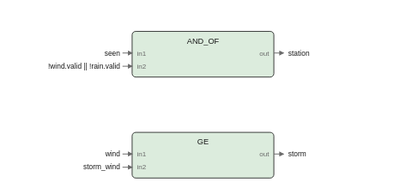
Earlier version of the draw.io export images/logic/weather_watch_fbd.drawio.svg (pstch/botanik2). Source tidied: cells renumbered, new cells last; positions are measured from the earlier drawing's top-left corner, leaving out a move shared by most shapes.
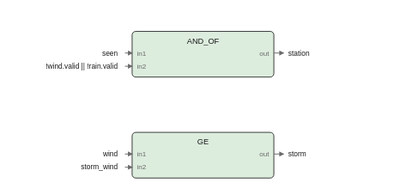
After the change.

What changed in the source:
```diff
@@ -32,18 +32,16 @@
     <mxCell id="11" value="out" style="text;html=1;whiteSpace=nowrap;fontSize=6;fontColor=#6b6b6b;align=right;verticalAlign=middle;" parent="1" vertex="1">
       <mxGeometry x="194" y="97.7" width="20" height="9.8" as="geometry" />
     </mxCell>
-    <mxCell id="12" style="edgeStyle=none;html=1;strokeColor=#6b6b6b;endArrow=block;" parent="1" edge="1">
+    <mxCell id="12" style="edgeStyle=none;html=1;strokeColor=#6b6b6b;endArrow=block;exitX=1;exitY=0.4737;exitDx=0;exitDy=0;" parent="1" edge="1" source="2">
       <mxGeometry relative="1" as="geometry">
-        <mxPoint x="218" y="18" as="sourcePoint" />
         <mxPoint x="226" y="18" as="targetPoint" />
       </mxGeometry>
     </mxCell>
     <mxCell id="13" value="station" style="text;html=1;whiteSpace=nowrap;fontSize=6;fontColor=#1a1a1a;align=left;verticalAlign=middle;" parent="1" vertex="1">
       <mxGeometry x="230" y="13.5" width="27.1" height="10" as="geometry" />
     </mxCell>
-    <mxCell id="14" style="edgeStyle=none;html=1;strokeColor=#6b6b6b;endArrow=block;" parent="1" edge="1">
+    <mxCell id="14" style="edgeStyle=none;html=1;strokeColor=#6b6b6b;endArrow=block;exitX=1;exitY=0.4737;exitDx=0;exitDy=0;" parent="1" edge="1" source="7">
       <mxGeometry relative="1" as="geometry">
-        <mxPoint x="218" y="102" as="sourcePoint" />
         <mxPoint x="226" y="102" as="targetPoint" />
       </mxGeometry>
     </mxCell>
@@ -51,39 +49,35 @@
       <mxGeometry x="230" y="97.5" width="20.5" height="10" as="geometry" />
     </mxCell>
     <mxCell id="16" value="seen" style="text;html=1;whiteSpace=nowrap;fontSize=6;fontColor=#1a1a1a;align=right;verticalAlign=middle;" parent="1" vertex="1">
-      <mxGeometry x="70" y="13.5" width="20" height="10" as="geometry" />
+      <mxGeometry x="68" y="13.5" width="20" height="10" as="geometry" />
     </mxCell>
-    <mxCell id="17" style="edgeStyle=none;html=1;strokeColor=#6b6b6b;endArrow=block;" parent="1" edge="1">
+    <mxCell id="17" style="edgeStyle=none;html=1;strokeColor=#6b6b6b;endArrow=block;entryX=0;entryY=0.4737;entryDx=0;entryDy=0;" parent="1" edge="1" target="2">
       <mxGeometry relative="1" as="geometry">
-        <mxPoint x="92" y="18" as="sourcePoint" />
-        <mxPoint x="100" y="18" as="targetPoint" />
+        <mxPoint x="94" y="18" as="sourcePoint" />
       </mxGeometry>
     </mxCell>
     <mxCell id="18" value="!wind.valid || !rain.valid" style="text;html=1;whiteSpace=nowrap;fontSize=6;fontColor=#1a1a1a;align=right;verticalAlign=middle;" parent="1" vertex="1">
-      <mxGeometry x="0.2" y="24.5" width="89.8" height="10" as="geometry" />
+      <mxGeometry x="-1.8" y="24.5" width="89.8" height="10" as="geometry" />
     </mxCell>
-    <mxCell id="19" style="edgeStyle=none;html=1;strokeColor=#6b6b6b;endArrow=block;" parent="1" edge="1">
+    <mxCell id="19" style="edgeStyle=none;html=1;strokeColor=#6b6b6b;endArrow=block;entryX=0;entryY=0.7632;entryDx=0;entryDy=0;" parent="1" edge="1" target="2">
       <mxGeometry relative="1" as="geometry">
-        <mxPoint x="92" y="29" as="sourcePoint" />
-        <mxPoint x="100" y="29" as="targetPoint" />
+        <mxPoint x="94" y="29" as="sourcePoint" />
       </mxGeometry>
     </mxCell>
     <mxCell id="20" value="wind" style="text;html=1;whiteSpace=nowrap;fontSize=6;fontColor=#1a1a1a;align=right;verticalAlign=middle;" parent="1" vertex="1">
-      <mxGeometry x="70" y="97.5" width="20" height="10" as="geometry" />
+      <mxGeometry x="68" y="97.5" width="20" height="10" as="geometry" />
     </mxCell>
-    <mxCell id="21" style="edgeStyle=none;html=1;strokeColor=#6b6b6b;endArrow=block;" parent="1" edge="1">
+    <mxCell id="21" style="edgeStyle=none;html=1;strokeColor=#6b6b6b;endArrow=block;entryX=0;entryY=0.4737;entryDx=0;entryDy=0;" parent="1" edge="1" target="7">
       <mxGeometry relative="1" as="geometry">
-        <mxPoint x="92" y="102" as="sourcePoint" />
-        <mxPoint x="100" y="102" as="targetPoint" />
+        <mxPoint x="94" y="102" as="sourcePoint" />
       </mxGeometry>
     </mxCell>
     <mxCell id="22" value="storm_wind" style="text;html=1;whiteSpace=nowrap;fontSize=6;fontColor=#1a1a1a;align=right;verticalAlign=middle;" parent="1" vertex="1">
-      <mxGeometry x="53" y="108.5" width="37" height="10" as="geometry" />
+      <mxGeometry x="51" y="108.5" width="37" height="10" as="geometry" />
     </mxCell>
-    <mxCell id="23" style="edgeStyle=none;html=1;strokeColor=#6b6b6b;endArrow=block;" parent="1" edge="1">
+    <mxCell id="23" style="edgeStyle=none;html=1;strokeColor=#6b6b6b;endArrow=block;entryX=0;entryY=0.7632;entryDx=0;entryDy=0;" parent="1" edge="1" target="7">
       <mxGeometry relative="1" as="geometry">
-        <mxPoint x="92" y="113" as="sourcePoint" />
-        <mxPoint x="100" y="113" as="targetPoint" />
+        <mxPoint x="94" y="113" as="sourcePoint" />
       </mxGeometry>
     </mxCell>
   </root>
```
